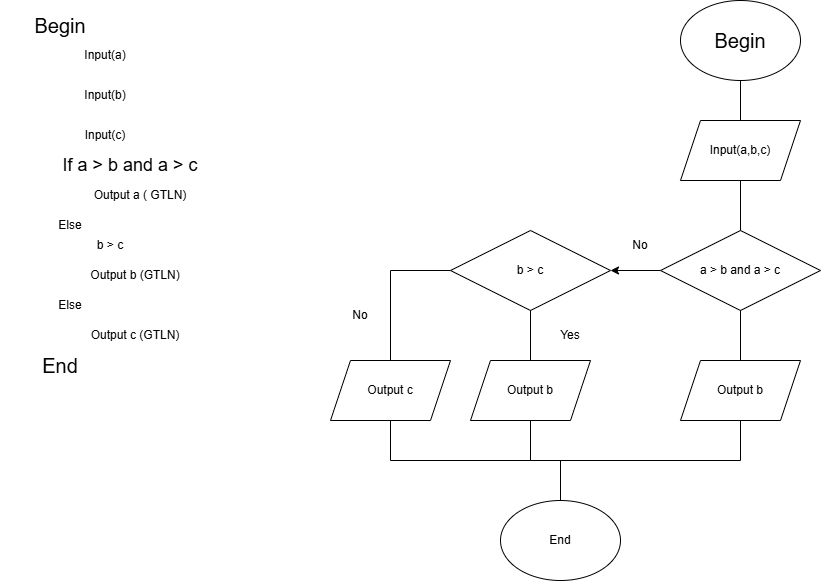
Above: ss3/tim_gia_tri_lon_nhat.drawio.png in tkien07/Module1 (draw.io), before the change. Source tidied: cells renumbered, new cells last; positions are measured from the earlier drawing's top-left corner, leaving out a move shared by most shapes.
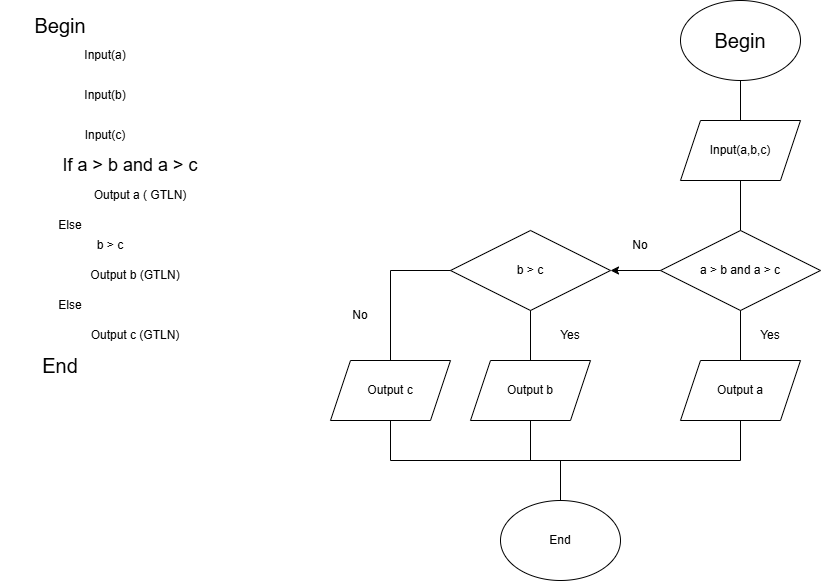
After the commit.

Commit message:
Nop bai tim gia tri lon nhat ( sua lai )

Diff of the diagram source:
```diff
@@ -72,7 +72,7 @@
     <mxCell id="22" value="No" style="text;html=1;align=center;verticalAlign=middle;whiteSpace=wrap;rounded=0;" parent="1" vertex="1">
       <mxGeometry x="610" y="230" width="60" height="30" as="geometry" />
     </mxCell>
-    <mxCell id="23" value="Output b" style="shape=parallelogram;perimeter=parallelogramPerimeter;whiteSpace=wrap;html=1;fixedSize=1;" parent="1" vertex="1">
+    <mxCell id="23" value="Output a" style="shape=parallelogram;perimeter=parallelogramPerimeter;whiteSpace=wrap;html=1;fixedSize=1;" parent="1" vertex="1">
       <mxGeometry x="680" y="360" width="120" height="60" as="geometry" />
     </mxCell>
     <mxCell id="24" value="Output b" style="shape=parallelogram;perimeter=parallelogramPerimeter;whiteSpace=wrap;html=1;fixedSize=1;" parent="1" vertex="1">
@@ -137,5 +137,8 @@
         <mxPoint x="560" y="460" as="sourcePoint" />
       </mxGeometry>
     </mxCell>
+    <mxCell id="37" value="Yes" style="text;html=1;align=center;verticalAlign=middle;whiteSpace=wrap;rounded=0;" parent="1" vertex="1">
+      <mxGeometry x="740" y="320" width="60" height="30" as="geometry" />
+    </mxCell>
   </root>
 </mxGraphModel>
```
